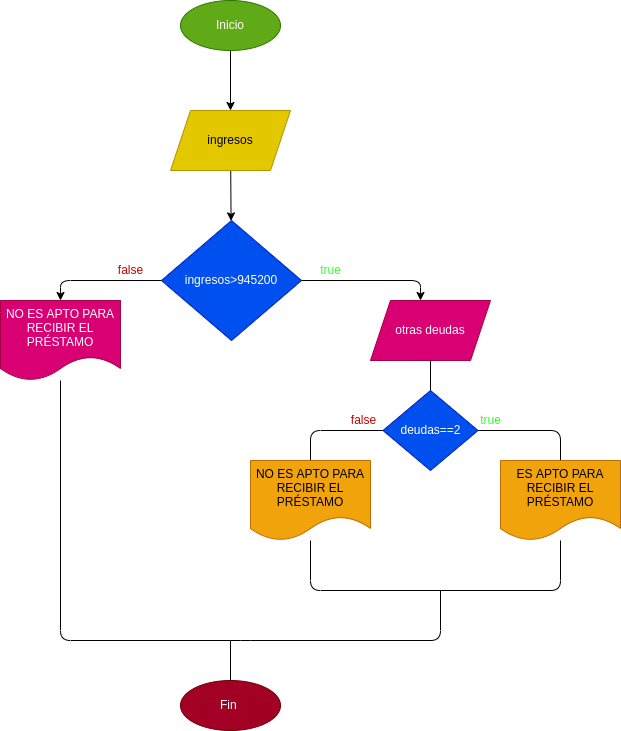
Paugs09/estructuras_condicionales keeps this draw.io diagram as ejercicio2/diagrama.png. Above is the earlier version. Source tidied: cells renumbered, new cells last; positions are measured from the earlier drawing's top-left corner, leaving out a move shared by most shapes.
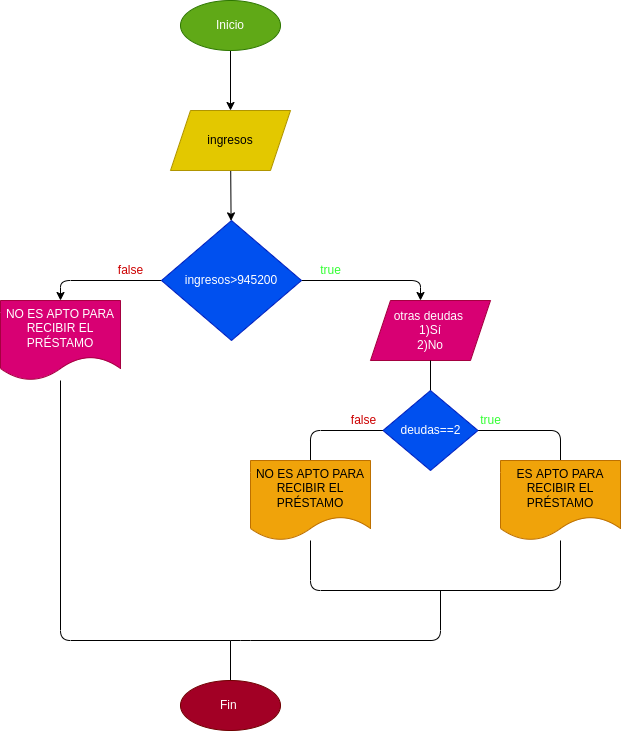
The same diagram one commit later.

Diff of the diagram source:
```diff
@@ -47,7 +47,7 @@
     <mxCell id="12" value="false" style="text;html=1;align=center;verticalAlign=middle;strokeColor=none;fillColor=none;fontColor=#CC0000;" parent="1" vertex="1">
       <mxGeometry x="110" y="260" width="40" height="20" as="geometry" />
     </mxCell>
-    <mxCell id="13" value="otras deudas" style="shape=parallelogram;perimeter=parallelogramPerimeter;whiteSpace=wrap;html=1;fixedSize=1;fontColor=#ffffff;fillColor=#d80073;strokeColor=#A50040;" parent="1" vertex="1">
+    <mxCell id="13" value="otras deudas&amp;nbsp;&lt;br&gt;1)Sí&lt;br&gt;2)No" style="shape=parallelogram;perimeter=parallelogramPerimeter;whiteSpace=wrap;html=1;fixedSize=1;fontColor=#ffffff;fillColor=#d80073;strokeColor=#A50040;" parent="1" vertex="1">
       <mxGeometry x="370" y="300" width="120" height="60" as="geometry" />
     </mxCell>
     <mxCell id="14" style="edgeStyle=none;html=1;fontColor=#FFFFFF;endArrow=none;endFill=0;" parent="1" edge="1" source="17" target="13">
```
